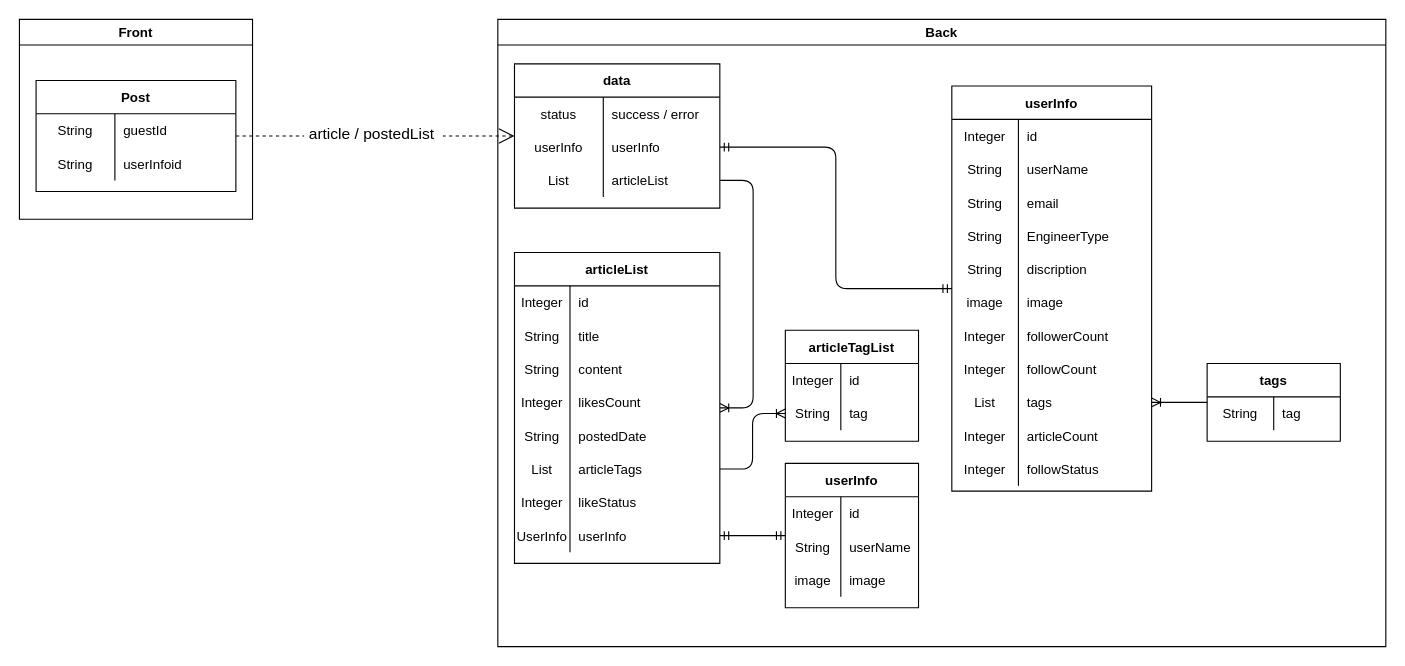
This is page "[表示]いいね記事一覧" (4 of 21) of Designs/基本設計.drawio from yusuke-rakus/Qiish, a draw.io file, before an edit. Source tidied: cells renumbered, new cells numbered last; positions are measured from the earlier drawing's top-left corner, leaving out a move shared by most shapes. Both pictures are drawn from the tidied source at 111%, with x=0, y=0 at pixel (19, 19).
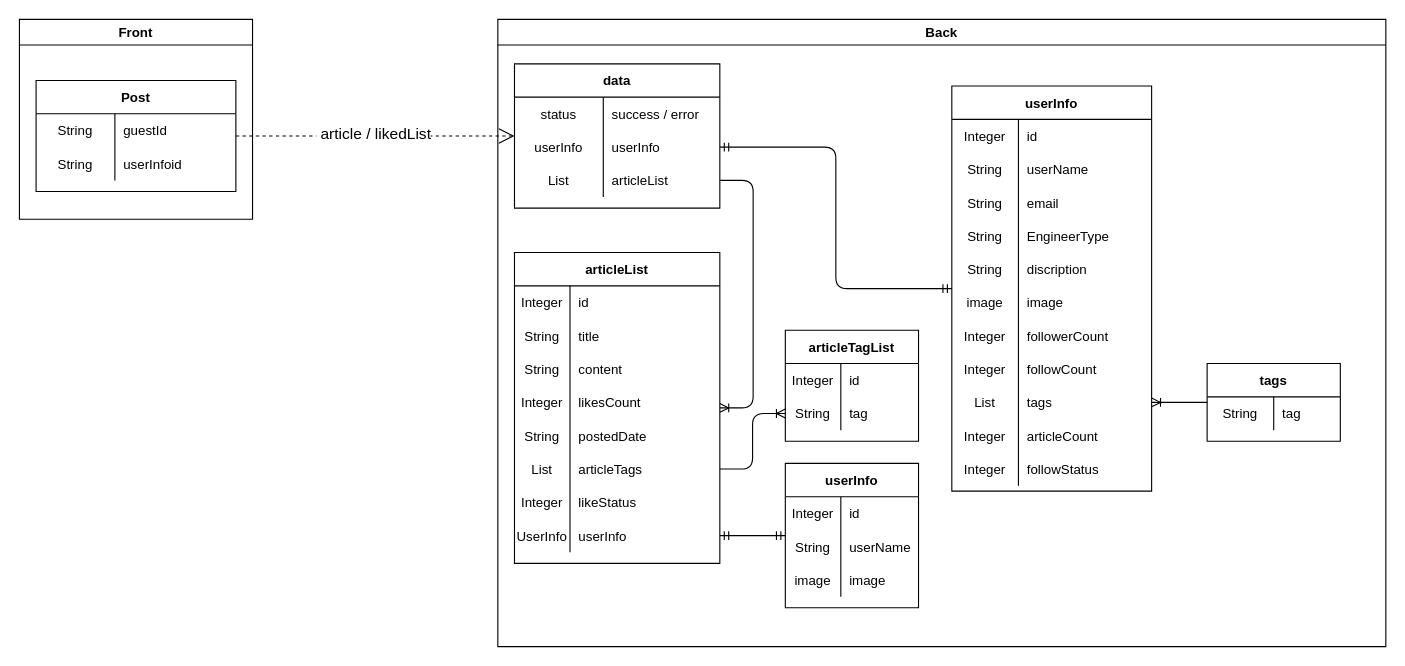
The same page after the edit.

Unchanged cells that the change refers to:
```xml
<mxCell id="98" style="endArrow=open;endSize=12;dashed=1;html=1;" parent="1" edge="1" source="101" target="3">
  <mxGeometry relative="1" as="geometry" />
</mxCell>
```

Diff of the diagram source:
```diff
@@
-    <mxCell id="99" value="&amp;nbsp;article&amp;nbsp;/ postedList&amp;nbsp;&amp;nbsp;" style="edgeLabel;html=1;align=center;verticalAlign=middle;fontSize=14;" parent="98" vertex="1">
+    <mxCell id="99" value="&amp;nbsp;article&amp;nbsp;/&amp;nbsp;likedList" style="edgeLabel;html=1;align=center;verticalAlign=middle;fontSize=14;" parent="98" vertex="1">
       <mxGeometry x="-0.02" y="3" relative="1" as="geometry" />
     </mxCell>
```
